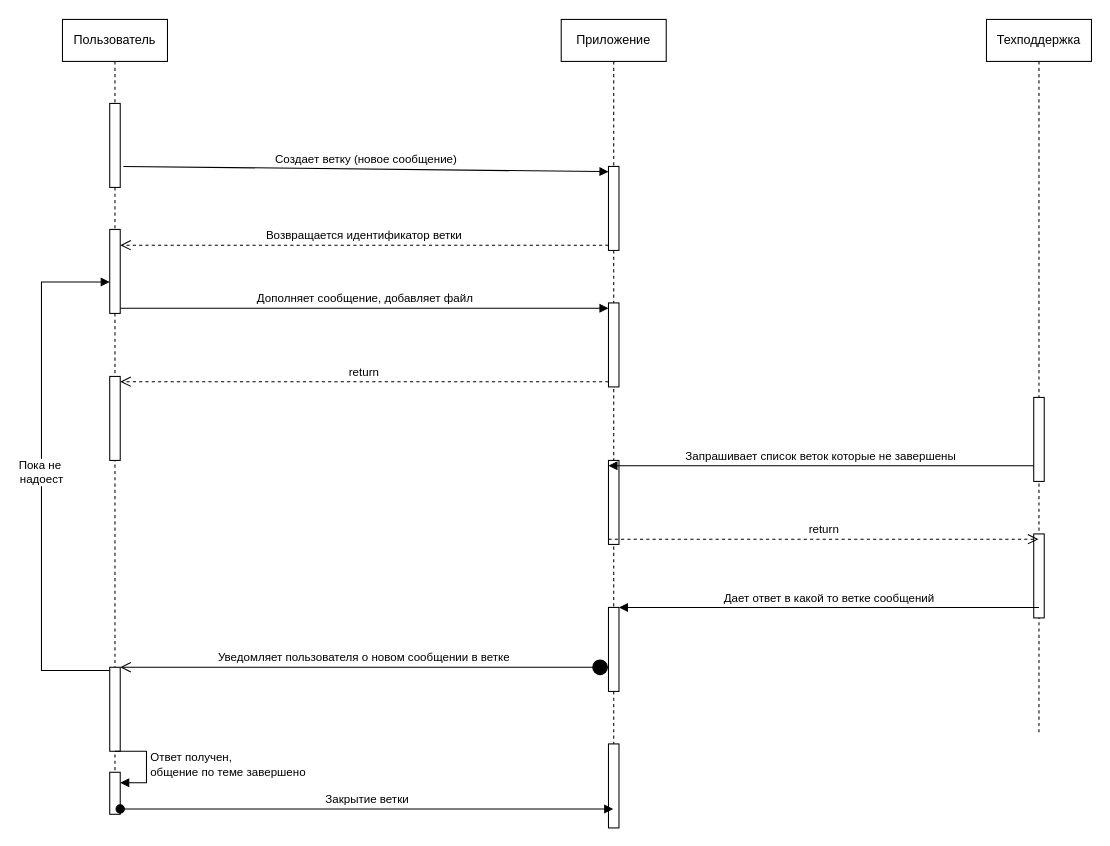
Before: page "Последовательность" (3 of 3) of FeedBackFlow.drawio in aaf1974/ProjectDiagram, a draw.io diagram. Source tidied: cells renumbered, new cells numbered last; positions are measured from the earlier drawing's top-left corner, leaving out a move shared by most shapes. Both pictures are drawn from the tidied source at 105%, with x=0, y=0 at pixel (41, 19).
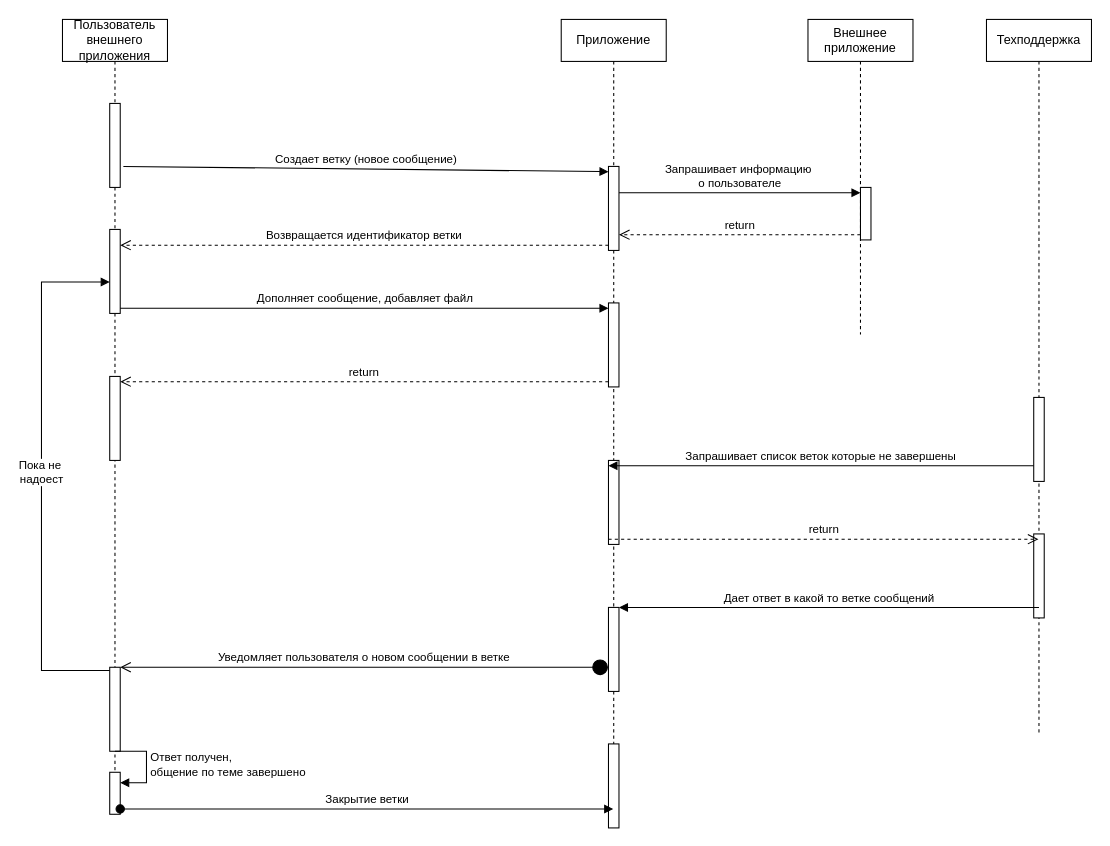
The same diagram, later.

The change refers to these unchanged cells:
```xml
<mxCell id="14" style="html=1;points=[[0,0,0,0,5],[0,1,0,0,-5],[1,0,0,0,5],[1,1,0,0,-5]];perimeter=orthogonalPerimeter;outlineConnect=0;targetShapes=umlLifeline;portConstraint=eastwest;newEdgeStyle={&quot;curved&quot;:0,&quot;rounded&quot;:0};" parent="13" vertex="1">
  <mxGeometry x="45" y="140" width="10" height="80" as="geometry" />
</mxCell>
```

The edit, as a diff of the source:
```diff
@@
-    <mxCell id="2" value="Пользователь" style="shape=umlLifeline;perimeter=lifelinePerimeter;whiteSpace=wrap;html=1;newEdgeStyle={&quot;curved&quot;:0,&quot;rounded&quot;:0};" parent="1" vertex="1">
+    <mxCell id="2" value="Пользователь&lt;div&gt;внешнего приложения&lt;/div&gt;" style="shape=umlLifeline;perimeter=lifelinePerimeter;whiteSpace=wrap;html=1;newEdgeStyle={&quot;curved&quot;:0,&quot;rounded&quot;:0};" parent="1" vertex="1">
       <mxGeometry x="20" width="100" height="760" as="geometry" />
     </mxCell>
@@
+    <mxCell id="28" value="Внешнее приложение" style="shape=umlLifeline;perimeter=lifelinePerimeter;whiteSpace=wrap;html=1;newEdgeStyle={&quot;curved&quot;:0,&quot;rounded&quot;:0};" parent="1" vertex="1">
+      <mxGeometry x="730" width="100" height="300" as="geometry" />
+    </mxCell>
+    <mxCell id="29" style="html=1;points=[[0,0,0,0,5],[0,1,0,0,-5],[1,0,0,0,5],[1,1,0,0,-5]];perimeter=orthogonalPerimeter;outlineConnect=0;targetShapes=umlLifeline;portConstraint=eastwest;newEdgeStyle={&quot;curved&quot;:0,&quot;rounded&quot;:0};" parent="28" vertex="1">
+      <mxGeometry x="50" y="160" width="10" height="50" as="geometry" />
+    </mxCell>
+    <mxCell id="30" value="return" style="html=1;verticalAlign=bottom;endArrow=open;dashed=1;endSize=8;curved=0;rounded=0;exitX=0;exitY=1;exitDx=0;exitDy=-5;" parent="1" edge="1" source="29" target="14">
+      <mxGeometry relative="1" as="geometry" />
+    </mxCell>
+    <mxCell id="31" value="Запрашивает информацию&amp;nbsp;&lt;div&gt;о пользователе&lt;/div&gt;" style="html=1;verticalAlign=bottom;endArrow=block;curved=0;rounded=0;entryX=0;entryY=0;entryDx=0;entryDy=5;" parent="1" edge="1" source="14" target="29">
+      <mxGeometry relative="1" as="geometry" />
+    </mxCell>
```
